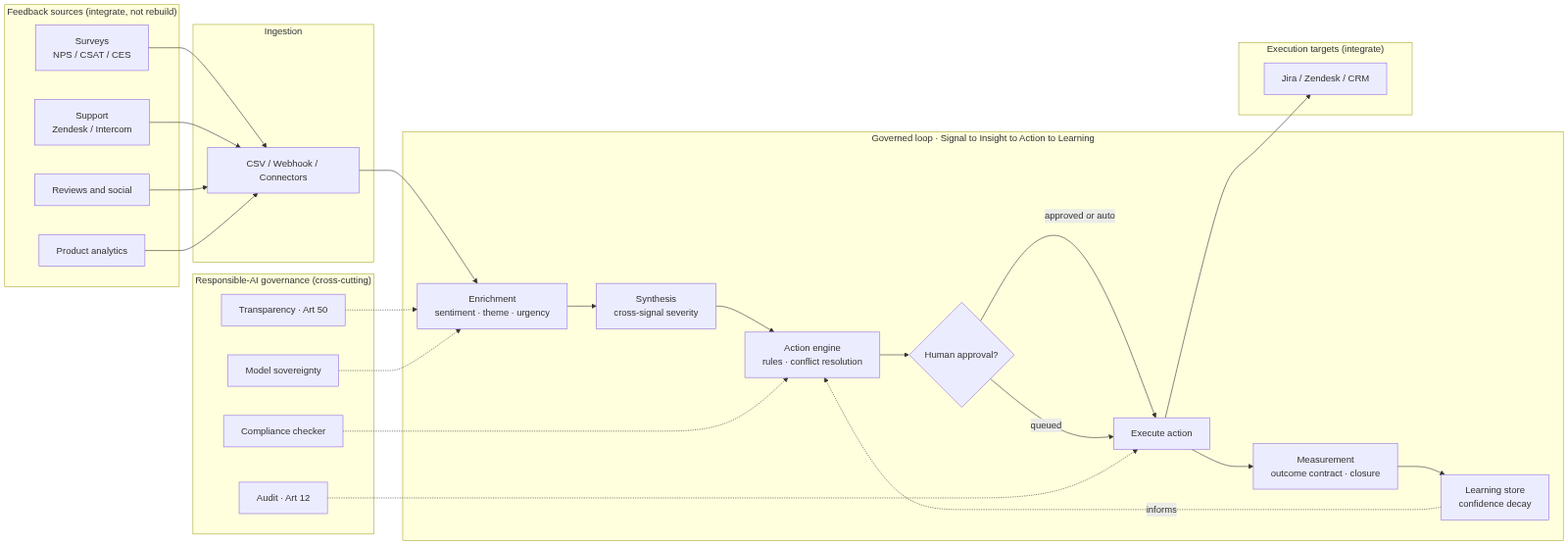
Before: thesis/diagrams/rendered/01_architecture_logical.png, a diagram exported from Mermaid (fogu13/CLARA). Its source is kept beside it as thesis/diagrams/01_architecture_logical.mmd. The source it was exported from:
```mermaid
flowchart LR
    subgraph SRC["Feedback sources (integrate, not rebuild)"]
        S1["Surveys<br/>NPS / CSAT / CES"]
        S2["Support<br/>Zendesk / Intercom"]
        S3["Reviews and social"]
        S4["Product analytics"]
    end

    subgraph ING["Ingestion"]
        I1["CSV / Webhook / Connectors"]
    end

    subgraph CORE["Governed loop · Signal to Insight to Action to Learning"]
        E["Enrichment<br/>sentiment · theme · urgency"]
        SY["Synthesis<br/>cross-signal severity"]
        R["Action engine<br/>rules · conflict resolution"]
        AP{"Human approval?"}
        EX["Execute action"]
        M["Measurement<br/>outcome contract · closure"]
        L["Learning store<br/>confidence decay"]
    end

    subgraph OUT["Execution targets (integrate)"]
        O1["Jira / Zendesk / CRM"]
    end

    subgraph GOV["Responsible-AI governance (cross-cutting)"]
        G1["Audit · Art 12"]
        G2["Transparency · Art 50"]
        G3["Compliance checker"]
        G4["Model sovereignty"]
    end

    S1 --> I1
    S2 --> I1
    S3 --> I1
    S4 --> I1
    I1 --> E --> SY --> R --> AP
    AP -->|"approved or auto"| EX
    AP -->|"queued"| EX
    EX --> O1
    EX --> M --> L
    L -.->|"informs"| R
    G1 -.-> EX
    G2 -.-> E
    G3 -.-> R
    G4 -.-> E
```
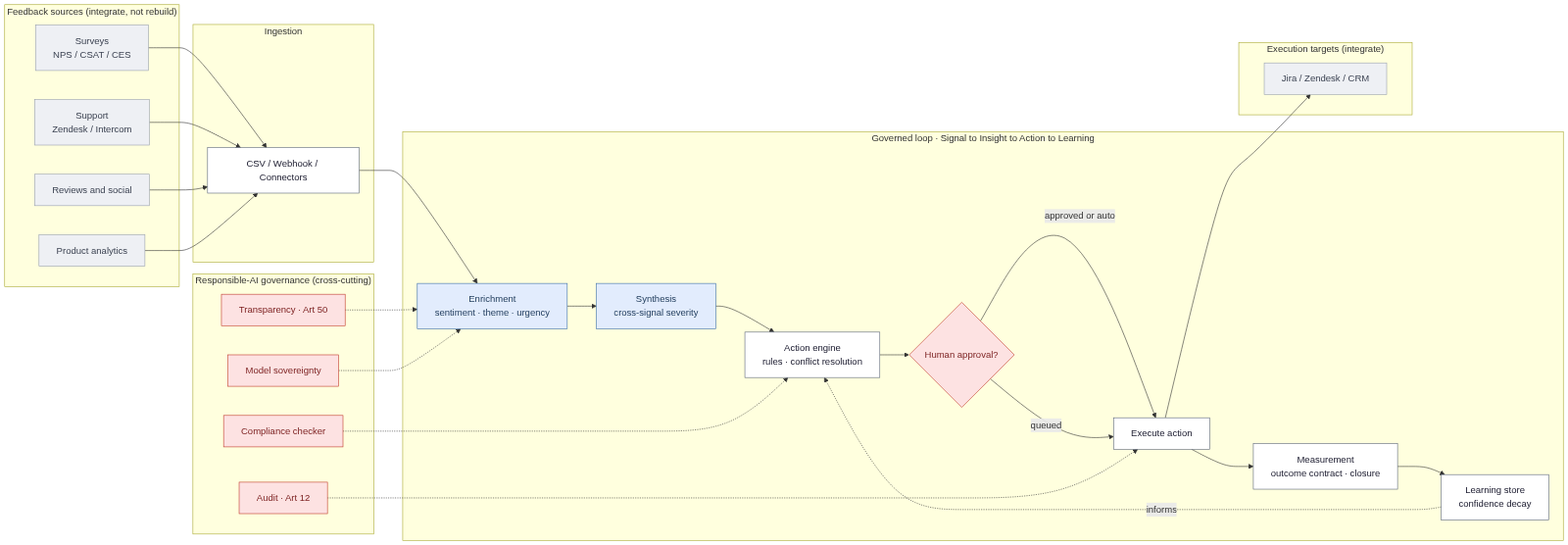
Above is the later version.

Commit message:
thesis(deck): colour the logical architecture and give slide 4 a legend

What changed in the source:
```diff
@@ -45,3 +45,12 @@
     G2 -.-> E
     G3 -.-> R
     G4 -.-> E
+
+    classDef llm fill:#e2ecfd,stroke:#3b6ea5,color:#1f3b5b;
+    classDef gov fill:#fde2e2,stroke:#c0392b,color:#7b1f1f;
+    classDef det fill:#ffffff,stroke:#5a6478,color:#1a1a2e;
+    classDef ext fill:#eef0f4,stroke:#98a0ae,color:#3d4453;
+    class E,SY llm;
+    class AP,G1,G2,G3,G4 gov;
+    class I1,R,EX,M,L det;
+    class S1,S2,S3,S4,O1 ext;
```
